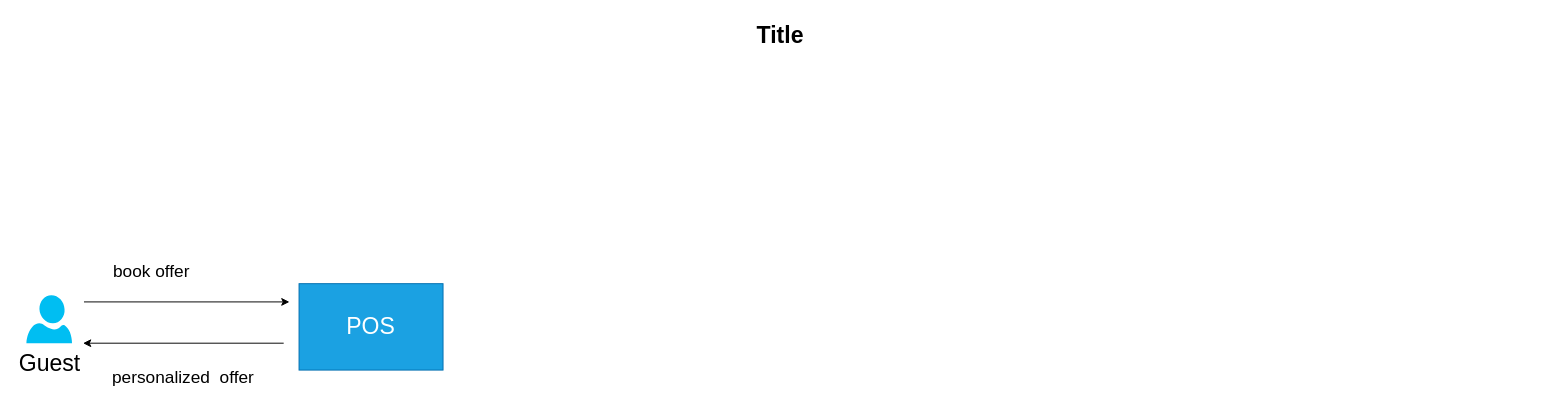
Before: retail science.drawio in nchauhan4/drawings, a draw.io diagram. Source tidied: cells renumbered, new cells numbered last; positions are measured from the earlier drawing's top-left corner, leaving out a move shared by most shapes. Both pictures are drawn from the tidied source at 96%, with x=0, y=0 at pixel (16, 16).
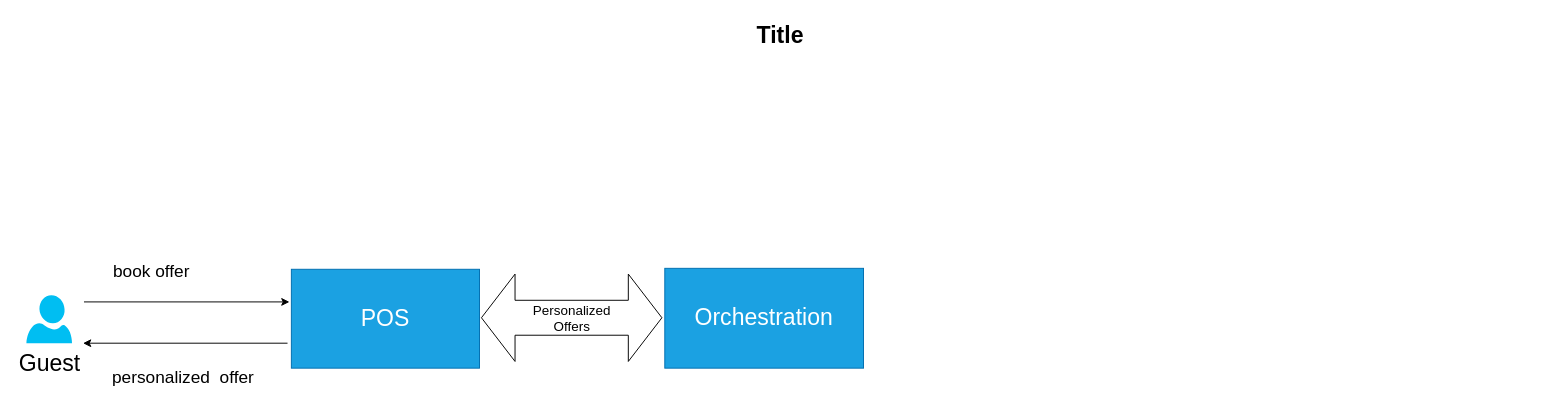
Above is the later version.

The edit, as a diff of the source:
```diff
@@
 <mxGraphModel>
   <root>
     <mxCell id="0" />
     <mxCell id="1" parent="0" />
     <mxCell id="2" value="Title" style="text;strokeColor=none;fillColor=none;html=1;fontSize=24;fontStyle=1;verticalAlign=middle;align=center;" parent="1" vertex="1">
       <mxGeometry width="1590" height="40" as="geometry" />
     </mxCell>
     <mxCell id="3" value="&lt;font style=&quot;font-size: 24px;&quot;&gt;Guest&lt;/font&gt;" style="verticalLabelPosition=bottom;html=1;verticalAlign=top;align=center;strokeColor=none;fillColor=#00BEF2;shape=mxgraph.azure.user;" parent="1" vertex="1">
       <mxGeometry x="10" y="290" width="47.5" height="50" as="geometry" />
     </mxCell>
     <mxCell id="4" value="&lt;font style=&quot;font-size: 24px;&quot;&gt;POS&lt;/font&gt;" style="rounded=0;whiteSpace=wrap;html=1;fillColor=#1ba1e2;fontColor=#ffffff;strokeColor=#006EAF;" parent="1" vertex="1">
-      <mxGeometry x="294" y="278" width="150" height="90" as="geometry" />
+      <mxGeometry x="286" y="263" width="196" height="103" as="geometry" />
     </mxCell>
     <mxCell id="5" style="endArrow=classic;html=1;rounded=0;" parent="1" edge="1">
       <mxGeometry relative="1" as="geometry">
         <mxPoint x="70" y="297" as="sourcePoint" />
         <mxPoint x="284" y="297" as="targetPoint" />
       </mxGeometry>
     </mxCell>
     <mxCell id="6" style="endArrow=classic;html=1;rounded=0;entryX=0;entryY=1;entryDx=0;entryDy=0;entryPerimeter=0;" parent="1" edge="1">
       <mxGeometry relative="1" as="geometry">
-        <mxPoint x="278" y="340" as="sourcePoint" />
+        <mxPoint x="282" y="340" as="sourcePoint" />
         <mxPoint x="69" y="340" as="targetPoint" />
       </mxGeometry>
     </mxCell>
     <mxCell id="7" value="&lt;font style=&quot;font-size: 18px;&quot;&gt;book offer&lt;/font&gt;" style="text;html=1;align=center;verticalAlign=middle;strokeColor=none;fillColor=none;" parent="1" vertex="1">
       <mxGeometry x="90" y="246" width="100" height="40" as="geometry" />
     </mxCell>
     <mxCell id="8" value="&lt;font style=&quot;font-size: 18px;&quot;&gt;personalized&amp;nbsp; offer&lt;/font&gt;" style="text;html=1;align=center;verticalAlign=middle;strokeColor=none;fillColor=none;" parent="1" vertex="1">
       <mxGeometry x="88" y="356" width="170" height="40" as="geometry" />
     </mxCell>
+    <mxCell id="9" value="&lt;font style=&quot;font-size: 14px;&quot;&gt;Personalized&lt;br&gt;Offers&lt;/font&gt;" style="html=1;shadow=0;dashed=0;align=center;verticalAlign=middle;shape=mxgraph.arrows2.twoWayArrow;dy=0.6;dx=35;" parent="1" vertex="1">
+      <mxGeometry x="484" y="268" width="188" height="91" as="geometry" />
+    </mxCell>
+    <mxCell id="10" value="&lt;font style=&quot;font-size: 24px;&quot;&gt;Orchestration&lt;/font&gt;" style="rounded=0;whiteSpace=wrap;html=1;fillColor=#1ba1e2;fontColor=#ffffff;strokeColor=#006EAF;" parent="1" vertex="1">
+      <mxGeometry x="675" y="262" width="207" height="104" as="geometry" />
+    </mxCell>
   </root>
 </mxGraphModel>
```
